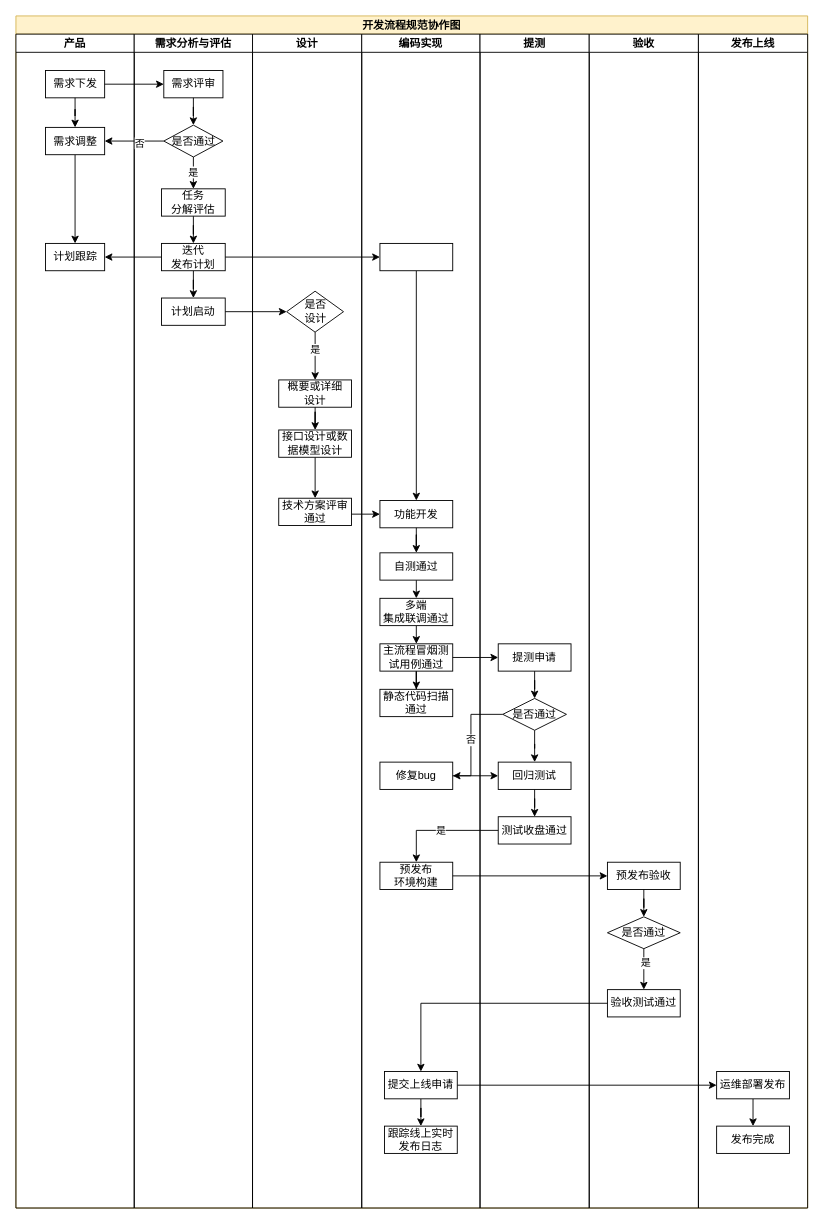
The draw.io diagram Untitled Diagram.drawio in zhubin2430701/draw, before the edit. Source tidied: cells renumbered, new cells numbered last; positions are measured from the earlier drawing's top-left corner, leaving out a move shared by most shapes. Both pictures are drawn from the tidied source at 91%, with x=0, y=0 at pixel (15, 15).
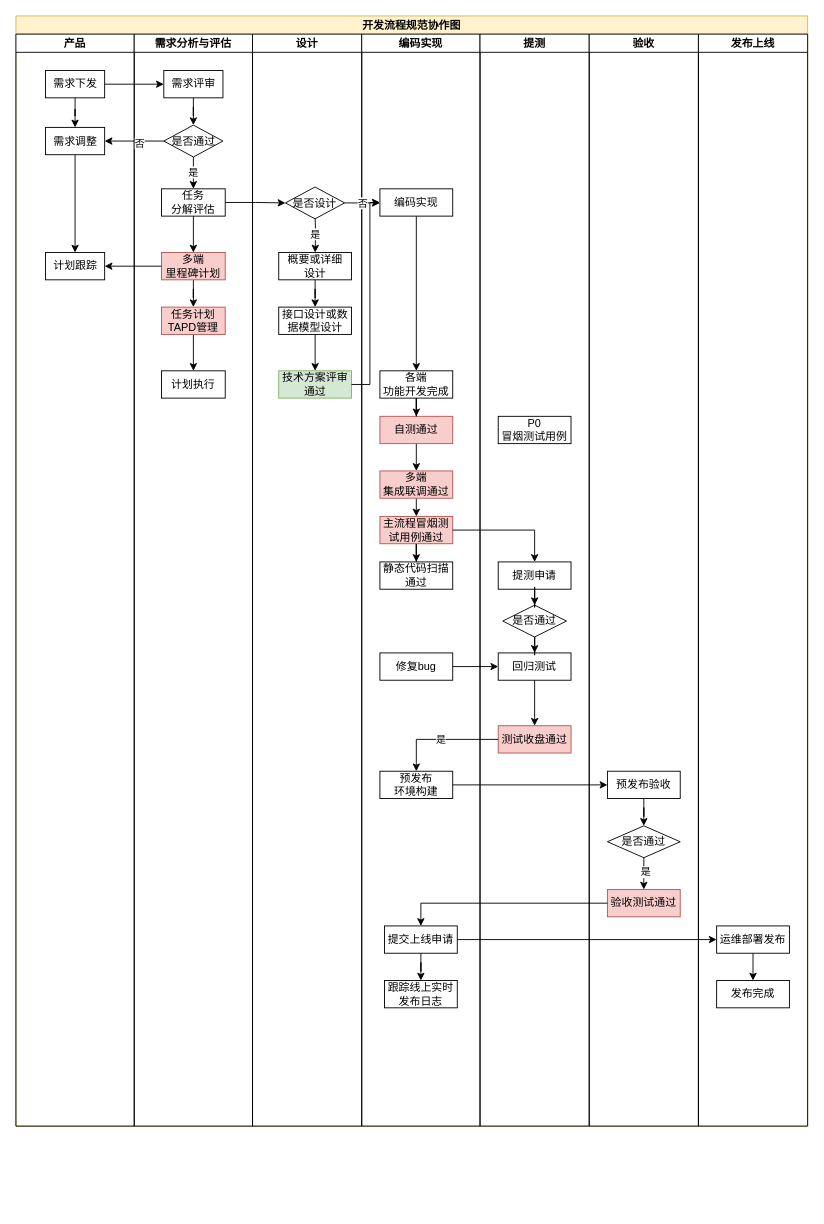
Above is the later version.

Commit message:
更新协作流程图

Unchanged cells that the change refers to:
```xml
<mxCell id="14" value="任务&lt;br&gt;分解评估" style="whiteSpace=wrap;html=1;rounded=0;" parent="9" vertex="1">
  <mxGeometry x="30" y="170" width="70" height="30" as="geometry" />
</mxCell>
```

What changed in the source:
```diff
@@
     <mxCell id="2" value="开发流程规范协作图" style="swimlane;startSize=20;fillColor=#fff2cc;strokeColor=#d6b656;" parent="1" vertex="1">
-      <mxGeometry width="870" height="1310" as="geometry" />
+      <mxGeometry width="870" height="1220" as="geometry" />
     </mxCell>
     <mxCell id="3" value="产品" style="swimlane;startSize=20;" parent="2" vertex="1">
-      <mxGeometry y="20" width="130" height="1290" as="geometry" />
+      <mxGeometry y="20" width="130" height="1200" as="geometry" />
     </mxCell>
@@
     <mxCell id="8" value="计划跟踪" style="rounded=0;whiteSpace=wrap;html=1;" parent="3" vertex="1">
-      <mxGeometry x="32.5" y="230" width="65" height="30" as="geometry" />
+      <mxGeometry x="32.5" y="240" width="65" height="30" as="geometry" />
     </mxCell>
     <mxCell id="9" value="需求分析与评估" style="swimlane;startSize=20;" parent="2" vertex="1">
-      <mxGeometry x="130" y="20" width="130" height="1290" as="geometry" />
+      <mxGeometry x="130" y="20" width="130" height="1200" as="geometry" />
     </mxCell>
@@
-    <mxCell id="17" value="迭代&lt;br&gt;发布计划" style="rounded=0;whiteSpace=wrap;html=1;" parent="9" vertex="1">
-      <mxGeometry x="30" y="230" width="70" height="30" as="geometry" />
+    <mxCell id="17" value="多端&lt;br&gt;里程碑计划" style="rounded=0;whiteSpace=wrap;html=1;fillColor=#f8cecc;strokeColor=#b85450;" parent="9" vertex="1">
+      <mxGeometry x="30" y="240" width="70" height="30" as="geometry" />
     </mxCell>
+    <mxCell id="79" style="edgeStyle=orthogonalEdgeStyle;rounded=0;jettySize=auto;html=1;exitX=0.5;exitY=1;exitDx=0;exitDy=0;" parent="9" edge="1" source="18" target="80">
+      <mxGeometry relative="1" as="geometry" />
+    </mxCell>
-    <mxCell id="18" value="计划启动" style="rounded=0;whiteSpace=wrap;html=1;" parent="9" vertex="1">
-      <mxGeometry x="30" y="290" width="70" height="30" as="geometry" />
+    <mxCell id="18" value="任务计划TAPD管理" style="rounded=0;whiteSpace=wrap;html=1;fillColor=#f8cecc;strokeColor=#b85450;" parent="9" vertex="1">
+      <mxGeometry x="30" y="300" width="70" height="30" as="geometry" />
     </mxCell>
+    <mxCell id="80" value="计划执行" style="rounded=0;whiteSpace=wrap;html=1;" parent="9" vertex="1">
+      <mxGeometry x="30" y="370" width="70" height="30" as="geometry" />
+    </mxCell>
     <mxCell id="19" value="设计" style="swimlane;startSize=20;" parent="2" vertex="1">
-      <mxGeometry x="260" y="20" width="120" height="1290" as="geometry" />
+      <mxGeometry x="260" y="20" width="120" height="1200" as="geometry" />
     </mxCell>
     <mxCell id="20" value="概要或详细&lt;br&gt;设计" style="whiteSpace=wrap;html=1;rounded=0;" parent="19" vertex="1">
-      <mxGeometry x="28.8" y="380" width="80" height="30" as="geometry" />
+      <mxGeometry x="28.8" y="240" width="80" height="30" as="geometry" />
     </mxCell>
-    <mxCell id="21" style="edgeStyle=orthogonalEdgeStyle;rounded=0;jettySize=auto;html=1;" parent="19" edge="1" source="23" target="20">
-      <mxGeometry relative="1" as="geometry" />
-    </mxCell>
-    <mxCell id="22" value="是" style="edgeLabel;html=1;align=center;verticalAlign=middle;" parent="21" vertex="1">
-      <mxGeometry x="-0.26" relative="1" as="geometry" />
-    </mxCell>
-    <mxCell id="23" value="是否&lt;br&gt;设计" style="rhombus;whiteSpace=wrap;html=1;rounded=0;" parent="19" vertex="1">
-      <mxGeometry x="37.5" y="282.5" width="62.5" height="45" as="geometry" />
-    </mxCell>
@@
     <mxCell id="25" value="接口设计或数据模型设计" style="whiteSpace=wrap;html=1;rounded=0;" parent="19" vertex="1">
-      <mxGeometry x="28.8" y="435" width="80" height="30" as="geometry" />
+      <mxGeometry x="28.8" y="300" width="80" height="30" as="geometry" />
     </mxCell>
@@
-    <mxCell id="27" value="技术方案评审通过" style="whiteSpace=wrap;html=1;rounded=0;" parent="19" vertex="1">
-      <mxGeometry x="28.8" y="510" width="80" height="30" as="geometry" />
+    <mxCell id="27" value="技术方案评审通过" style="whiteSpace=wrap;html=1;rounded=0;fillColor=#d5e8d4;strokeColor=#82b366;" parent="19" vertex="1">
+      <mxGeometry x="28.8" y="370" width="80" height="30" as="geometry" />
     </mxCell>
+    <mxCell id="22" value="是" style="edgeStyle=orthogonalEdgeStyle;rounded=0;jettySize=auto;html=1;exitX=0.5;exitY=1;exitDx=0;exitDy=0;" parent="19" edge="1" target="20">
+      <mxGeometry relative="1" as="geometry">
+        <mxPoint x="68.8" y="200" as="sourcePoint" />
+      </mxGeometry>
+    </mxCell>
+    <mxCell id="81" value="是否设计" style="rhombus;whiteSpace=wrap;html=1;rounded=0;" parent="19" vertex="1">
+      <mxGeometry x="36.2" y="168" width="65" height="35" as="geometry" />
+    </mxCell>
     <mxCell id="28" value="编码实现" style="swimlane;startSize=20;" parent="2" vertex="1">
-      <mxGeometry x="380" y="20" width="130" height="1290" as="geometry" />
+      <mxGeometry x="380" y="20" width="130" height="1200" as="geometry" />
     </mxCell>
-    <mxCell id="29" value="功能开发" style="whiteSpace=wrap;html=1;rounded=0;" parent="28" vertex="1">
-      <mxGeometry x="20" y="512.5" width="80" height="30" as="geometry" />
+    <mxCell id="29" value="各端&lt;br&gt;功能开发完成" style="whiteSpace=wrap;html=1;rounded=0;" parent="28" vertex="1">
+      <mxGeometry x="20" y="370" width="80" height="30" as="geometry" />
     </mxCell>
@@
-    <mxCell id="31" value="多端&lt;br&gt;集成联调通过" style="whiteSpace=wrap;html=1;rounded=0;" parent="28" vertex="1">
-      <mxGeometry x="20" y="620" width="80" height="30" as="geometry" />
+    <mxCell id="31" value="多端&lt;br&gt;集成联调通过" style="whiteSpace=wrap;html=1;rounded=0;fillColor=#f8cecc;strokeColor=#b85450;" parent="28" vertex="1">
+      <mxGeometry x="20" y="480" width="80" height="30" as="geometry" />
     </mxCell>
@@
-    <mxCell id="33" value="自测通过" style="whiteSpace=wrap;html=1;rounded=0;" parent="28" vertex="1">
-      <mxGeometry x="20" y="570" width="80" height="30" as="geometry" />
+    <mxCell id="33" value="自测通过" style="whiteSpace=wrap;html=1;rounded=0;fillColor=#f8cecc;strokeColor=#b85450;" parent="28" vertex="1">
+      <mxGeometry x="20" y="420" width="80" height="30" as="geometry" />
     </mxCell>
@@
-    <mxCell id="35" value="主流程冒烟测试用例通过" style="whiteSpace=wrap;html=1;rounded=0;" parent="28" vertex="1">
-      <mxGeometry x="20" y="670" width="80" height="30" as="geometry" />
+    <mxCell id="35" value="主流程冒烟测试用例通过" style="whiteSpace=wrap;html=1;rounded=0;fillColor=#f8cecc;strokeColor=#b85450;" parent="28" vertex="1">
+      <mxGeometry x="20" y="530" width="80" height="30" as="geometry" />
     </mxCell>
@@
     <mxCell id="37" value="静态代码扫描通过" style="whiteSpace=wrap;html=1;rounded=0;" parent="28" vertex="1">
-      <mxGeometry x="20" y="720" width="80" height="30" as="geometry" />
+      <mxGeometry x="20" y="580" width="80" height="30" as="geometry" />
     </mxCell>
     <mxCell id="38" value="预发布&lt;br&gt;环境构建" style="whiteSpace=wrap;html=1;rounded=0;" parent="28" vertex="1">
-      <mxGeometry x="20" y="910" width="80" height="30" as="geometry" />
+      <mxGeometry x="20" y="810" width="80" height="30" as="geometry" />
     </mxCell>
@@
     <mxCell id="40" value="提交上线申请" style="whiteSpace=wrap;html=1;rounded=0;" parent="28" vertex="1">
-      <mxGeometry x="25" y="1140" width="80" height="30" as="geometry" />
+      <mxGeometry x="25" y="980" width="80" height="30" as="geometry" />
     </mxCell>
     <mxCell id="41" value="跟踪线上实时发布日志" style="whiteSpace=wrap;html=1;rounded=0;" parent="28" vertex="1">
-      <mxGeometry x="25" y="1200" width="80" height="30" as="geometry" />
+      <mxGeometry x="25" y="1040" width="80" height="30" as="geometry" />
     </mxCell>
     <mxCell id="42" value="修复bug" style="whiteSpace=wrap;html=1;rounded=0;" parent="28" vertex="1">
-      <mxGeometry x="20" y="800" width="80" height="30" as="geometry" />
+      <mxGeometry x="20" y="680" width="80" height="30" as="geometry" />
     </mxCell>
@@
-    <mxCell id="44" style="whiteSpace=wrap;html=1;rounded=0;" parent="28" vertex="1">
-      <mxGeometry x="20" y="230" width="80" height="30" as="geometry" />
+    <mxCell id="44" value="编码实现" style="whiteSpace=wrap;html=1;rounded=0;" parent="28" vertex="1">
+      <mxGeometry x="20" y="170" width="80" height="30" as="geometry" />
     </mxCell>
     <mxCell id="45" value="提测" style="swimlane;startSize=20;" parent="2" vertex="1">
-      <mxGeometry x="510" y="20" width="120" height="1290" as="geometry" />
+      <mxGeometry x="510" y="20" width="120" height="1200" as="geometry" />
     </mxCell>
     <mxCell id="46" value="提测申请" style="whiteSpace=wrap;html=1;rounded=0;" parent="45" vertex="1">
-      <mxGeometry x="20" y="670" width="80" height="30" as="geometry" />
+      <mxGeometry x="20" y="580" width="80" height="30" as="geometry" />
     </mxCell>
@@
     <mxCell id="48" value="回归测试" style="whiteSpace=wrap;html=1;rounded=0;" parent="45" vertex="1">
-      <mxGeometry x="20" y="800" width="80" height="30" as="geometry" />
+      <mxGeometry x="20" y="680" width="80" height="30" as="geometry" />
     </mxCell>
@@
     <mxCell id="50" value="是否通过" style="rhombus;whiteSpace=wrap;html=1;rounded=0;" parent="45" vertex="1">
-      <mxGeometry x="25" y="730" width="70" height="35" as="geometry" />
+      <mxGeometry x="25" y="627.5" width="70" height="35" as="geometry" />
     </mxCell>
@@
-    <mxCell id="52" value="测试收盘通过" style="whiteSpace=wrap;html=1;rounded=0;" parent="45" vertex="1">
-      <mxGeometry x="20" y="860" width="80" height="30" as="geometry" />
+    <mxCell id="52" value="测试收盘通过" style="whiteSpace=wrap;html=1;rounded=0;fillColor=#f8cecc;strokeColor=#b85450;" parent="45" vertex="1">
+      <mxGeometry x="20" y="760" width="80" height="30" as="geometry" />
     </mxCell>
+    <mxCell id="82" value="P0&lt;br&gt;冒烟测试用例" style="whiteSpace=wrap;html=1;rounded=0;" parent="45" vertex="1">
+      <mxGeometry x="20" y="420" width="80" height="30" as="geometry" />
+    </mxCell>
     <mxCell id="53" value="验收" style="swimlane;startSize=20;" parent="2" vertex="1">
-      <mxGeometry x="630" y="20" width="120" height="1290" as="geometry" />
+      <mxGeometry x="630" y="20" width="120" height="1200" as="geometry" />
     </mxCell>
     <mxCell id="54" value="预发布验收" style="whiteSpace=wrap;html=1;rounded=0;" parent="53" vertex="1">
-      <mxGeometry x="20" y="910" width="80" height="30" as="geometry" />
+      <mxGeometry x="20" y="810" width="80" height="30" as="geometry" />
     </mxCell>
-    <mxCell id="55" value="验收测试通过" style="whiteSpace=wrap;html=1;rounded=0;" parent="53" vertex="1">
-      <mxGeometry x="20" y="1050" width="80" height="30" as="geometry" />
+    <mxCell id="55" value="验收测试通过" style="whiteSpace=wrap;html=1;rounded=0;fillColor=#f8cecc;strokeColor=#b85450;" parent="53" vertex="1">
+      <mxGeometry x="20" y="940" width="80" height="30" as="geometry" />
     </mxCell>
     <mxCell id="56" value="是否通过" style="rhombus;whiteSpace=wrap;html=1;rounded=0;" parent="53" vertex="1">
-      <mxGeometry x="20" y="970" width="80" height="35" as="geometry" />
+      <mxGeometry x="20" y="870" width="80" height="35" as="geometry" />
     </mxCell>
@@
-    <mxCell id="64" style="edgeStyle=orthogonalEdgeStyle;rounded=0;jettySize=auto;html=1;" parent="2" edge="1" source="18" target="23">
-      <mxGeometry relative="1" as="geometry" />
-    </mxCell>
@@
-    <mxCell id="66" style="edgeStyle=orthogonalEdgeStyle;rounded=0;jettySize=auto;html=1;exitX=1;exitY=0.5;exitDx=0;exitDy=0;entryX=0;entryY=0.5;entryDx=0;entryDy=0;" parent="2" edge="1" target="29">
-      <mxGeometry relative="1" as="geometry">
-        <mxPoint x="368.8" y="547.5" as="sourcePoint" />
-      </mxGeometry>
-    </mxCell>
@@
+    <mxCell id="75" style="edgeStyle=orthogonalEdgeStyle;rounded=0;jettySize=auto;html=1;exitX=1;exitY=0.5;exitDx=0;exitDy=0;entryX=0;entryY=0.5;entryDx=0;entryDy=0;" parent="2" edge="1" source="42" target="48">
+      <mxGeometry relative="1" as="geometry" />
+    </mxCell>
     <mxCell id="71" value="发布上线" style="swimlane;startSize=20;" parent="2" vertex="1">
-      <mxGeometry x="750" y="20" width="120" height="1290" as="geometry" />
+      <mxGeometry x="750" y="20" width="120" height="1200" as="geometry" />
     </mxCell>
@@
     <mxCell id="73" value="运维部署发布" style="whiteSpace=wrap;html=1;rounded=0;" parent="71" vertex="1">
-      <mxGeometry x="20" y="1140" width="80" height="30" as="geometry" />
+      <mxGeometry x="20" y="980" width="80" height="30" as="geometry" />
     </mxCell>
     <mxCell id="74" value="发布完成" style="whiteSpace=wrap;html=1;rounded=0;" parent="71" vertex="1">
-      <mxGeometry x="20" y="1200" width="80" height="30" as="geometry" />
+      <mxGeometry x="20" y="1040" width="80" height="30" as="geometry" />
     </mxCell>
-    <mxCell id="75" style="edgeStyle=orthogonalEdgeStyle;rounded=0;jettySize=auto;html=1;exitX=1;exitY=0.5;exitDx=0;exitDy=0;entryX=0;entryY=0.5;entryDx=0;entryDy=0;" parent="2" edge="1" source="42" target="48">
-      <mxGeometry relative="1" as="geometry" />
-    </mxCell>
-    <mxCell id="76" style="edgeStyle=orthogonalEdgeStyle;rounded=0;jettySize=auto;html=1;exitX=0;exitY=0.5;exitDx=0;exitDy=0;entryX=1;entryY=0.5;entryDx=0;entryDy=0;" parent="2" edge="1" source="50" target="42">
-      <mxGeometry relative="1" as="geometry">
-        <Array as="points">
-          <mxPoint x="500" y="767" />
-          <mxPoint x="500" y="835" />
-        </Array>
-      </mxGeometry>
-    </mxCell>
+    <mxCell id="83" style="edgeStyle=orthogonalEdgeStyle;rounded=0;jettySize=auto;html=1;exitX=1;exitY=0.5;exitDx=0;exitDy=0;entryX=0;entryY=0.5;entryDx=0;entryDy=0;" parent="2" edge="1" source="14" target="81">
+      <mxGeometry relative="1" as="geometry" />
+    </mxCell>
-    <mxCell id="77" value="否" style="edgeLabel;html=1;align=center;verticalAlign=middle;" parent="76" vertex="1">
-      <mxGeometry x="0.03" y="-1" relative="1" as="geometry" />
+    <mxCell id="77" value="否" style="edgeStyle=orthogonalEdgeStyle;rounded=0;jettySize=auto;html=1;exitX=1;exitY=0.5;exitDx=0;exitDy=0;entryX=0;entryY=0.5;entryDx=0;entryDy=0;" parent="2" edge="1" source="81" target="44">
+      <mxGeometry relative="1" as="geometry" />
     </mxCell>
-    <mxCell id="78" style="edgeStyle=orthogonalEdgeStyle;rounded=0;jettySize=auto;html=1;exitX=1;exitY=0.5;exitDx=0;exitDy=0;entryX=0;entryY=0.5;entryDx=0;entryDy=0;" parent="2" edge="1" source="17" target="44">
-      <mxGeometry relative="1" as="geometry" />
-    </mxCell>
+    <mxCell id="84" style="edgeStyle=orthogonalEdgeStyle;rounded=0;jettySize=auto;html=1;exitX=1;exitY=0.5;exitDx=0;exitDy=0;entryX=0;entryY=0.5;entryDx=0;entryDy=0;" parent="2" edge="1" source="27" target="44">
+      <mxGeometry relative="1" as="geometry">
+        <Array as="points">
+          <mxPoint x="389" y="405" />
+          <mxPoint x="389" y="205" />
+        </Array>
+      </mxGeometry>
+    </mxCell>
```
